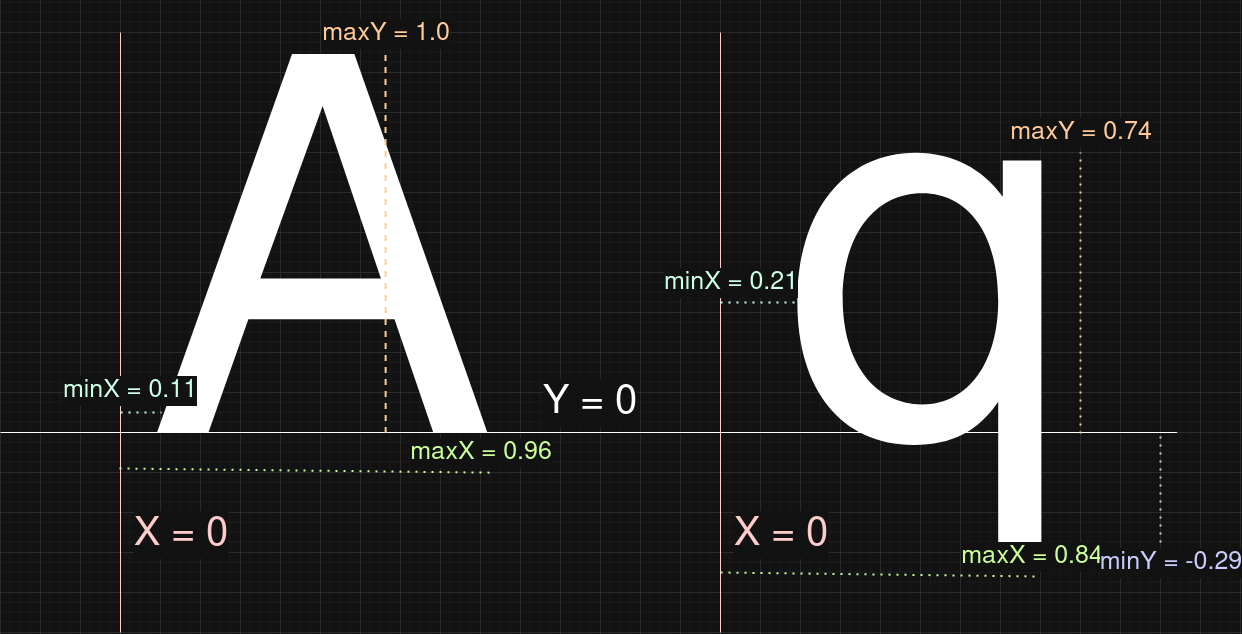
Above: vk2d/docs/text/glyph-metrics-relative.drawio.png in knokko/mardek (draw.io), before the change. Source tidied: cells renumbered, new cells last; positions are measured from the earlier drawing's top-left corner, leaving out a move shared by most shapes.
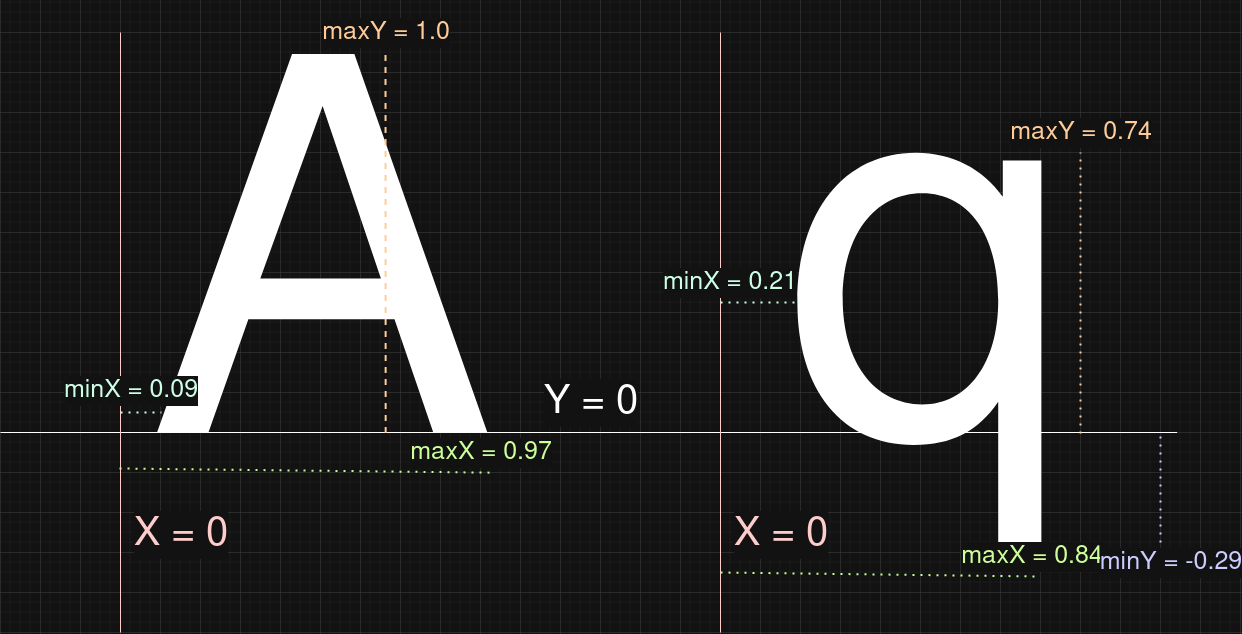
After the commit.

Change to the diagram source:
```diff
@@ -23,10 +23,10 @@
         <mxPoint x="720" as="targetPoint" />
       </mxGeometry>
     </mxCell>
-    <mxCell id="6" value="maxX = 0.96" style="endArrow=none;dashed=1;html=1;dashPattern=1 3;strokeWidth=2;rounded=0;entryX=0.378;entryY=0.808;entryDx=0;entryDy=0;entryPerimeter=0;fontSize=25;fontColor=light-dark(#000000,#CCFF99);strokeColor=light-dark(#000000,#CCFF99);exitX=-0.001;exitY=0.8;exitDx=0;exitDy=0;exitPerimeter=0;" parent="1" edge="1" source="2" target="2">
+    <mxCell id="6" value="maxX = 0.97" style="endArrow=none;dashed=1;html=1;dashPattern=1 3;strokeWidth=2;rounded=0;entryX=0.378;entryY=0.808;entryDx=0;entryDy=0;entryPerimeter=0;fontSize=25;fontColor=light-dark(#000000,#CCFF99);strokeColor=light-dark(#000000,#CCFF99);exitX=-0.001;exitY=0.8;exitDx=0;exitDy=0;exitPerimeter=0;" parent="1" edge="1" source="2" target="2">
       <mxGeometry x="0.94" y="20" relative="1" as="geometry" />
     </mxCell>
-    <mxCell id="7" value="minX = 0.11" style="endArrow=none;dashed=1;html=1;dashPattern=1 3;strokeWidth=2;rounded=0;entryX=0.378;entryY=0.808;entryDx=0;entryDy=0;entryPerimeter=0;fontSize=25;fontColor=light-dark(#000000,#CCFFE6);strokeColor=light-dark(#000000,#CCFFE6);" parent="1" edge="1">
+    <mxCell id="7" value="minX = 0.09" style="endArrow=none;dashed=1;html=1;dashPattern=1 3;strokeWidth=2;rounded=0;entryX=0.378;entryY=0.808;entryDx=0;entryDy=0;entryPerimeter=0;fontSize=25;fontColor=light-dark(#000000,#CCFFE6);strokeColor=light-dark(#000000,#CCFFE6);" parent="1" edge="1">
       <mxGeometry x="-0.51" y="22" relative="1" as="geometry">
         <mxPoint x="120" y="380" as="sourcePoint" />
         <mxPoint x="161" y="380" as="targetPoint" />
```
